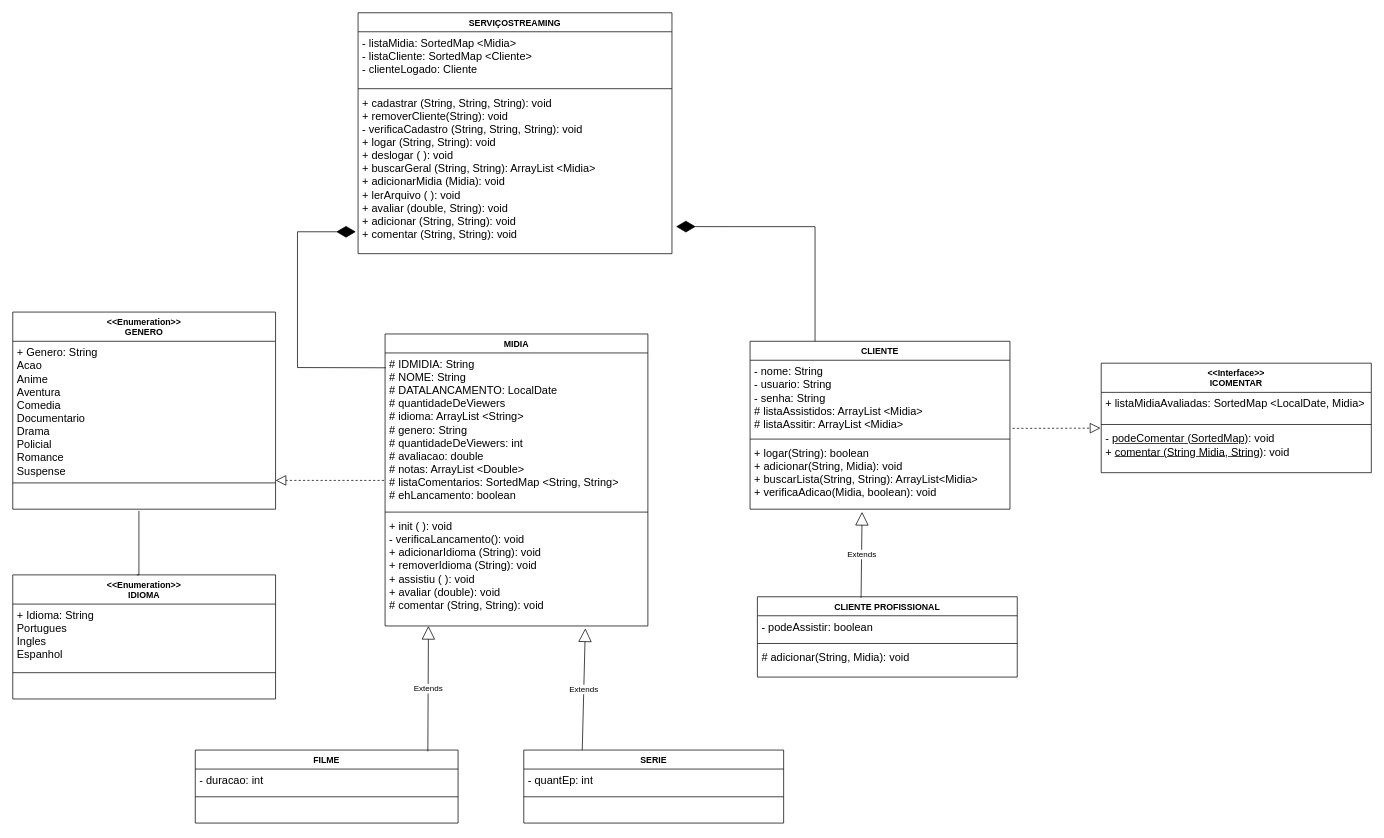
The draw.io diagram docs/diagramas/Diagrama Final.drawio in DisciplinasProgramacao/poo_tp_noite-paj, before the edit. Source tidied: cells renumbered, new cells numbered last; positions are measured from the earlier drawing's top-left corner, leaving out a move shared by most shapes. Both pictures are drawn from the tidied source at 73%, with x=0, y=0 at pixel (12, 12).
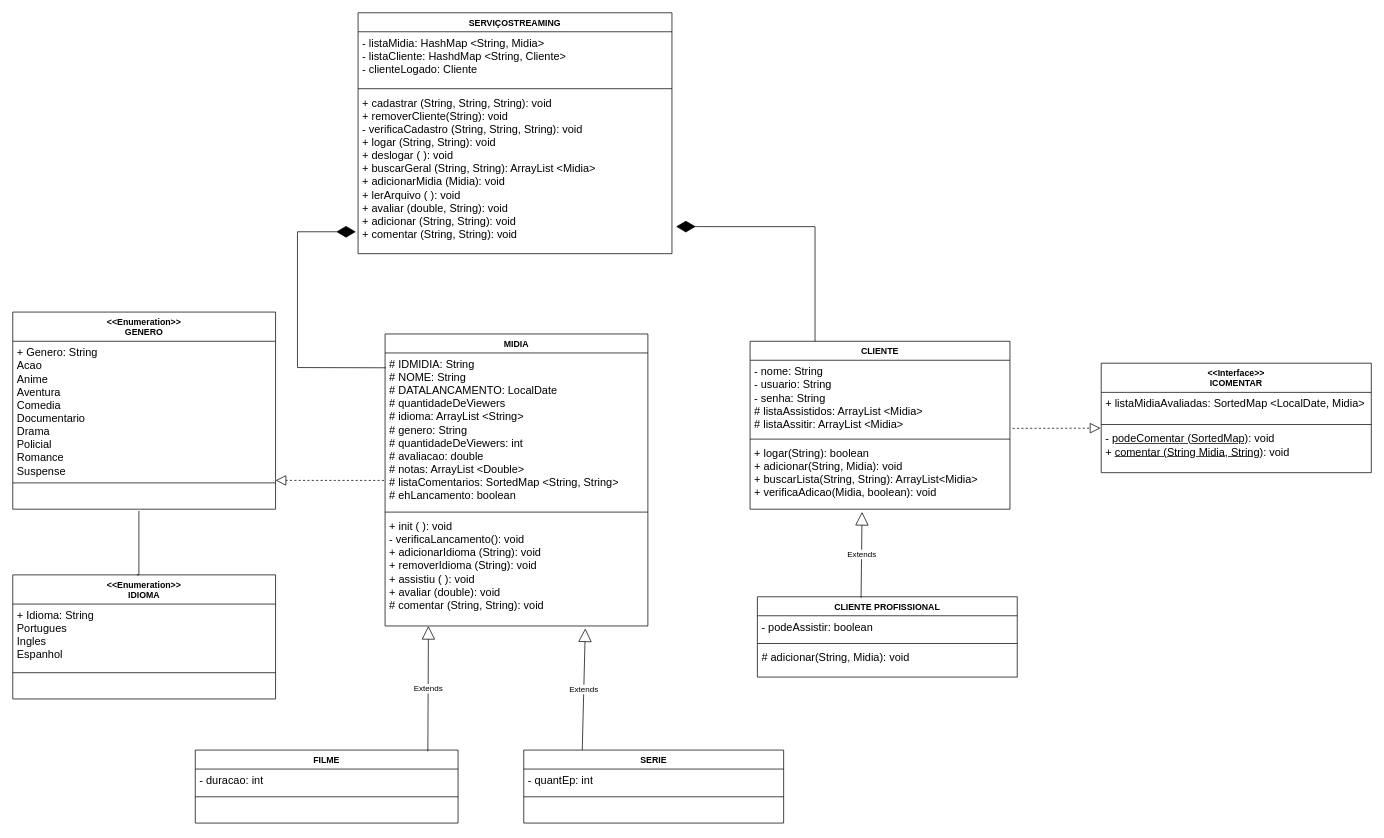
The same page after the edit.

Unchanged cells that the change refers to:
```xml
<mxCell id="10" value="SERVIÇOSTREAMING" style="swimlane;fontStyle=1;align=center;verticalAlign=top;horizontal=1;startSize=26;whiteSpace=wrap;html=1;" parent="1" vertex="1">
  <mxGeometry x="473" width="430" height="330" as="geometry" />
</mxCell>
```

What changed in the source:
```diff
@@
-    <mxCell id="11" value="&lt;font style=&quot;font-size: 15px;&quot;&gt;- listaMidia: SortedMap &amp;lt;Midia&amp;gt;&lt;br&gt;- listaCliente: SortedMap &amp;lt;Cliente&amp;gt;&lt;br&gt;- clienteLogado: Cliente&lt;br&gt;&lt;/font&gt;" style="text;strokeColor=none;fillColor=none;align=left;verticalAlign=top;spacingLeft=4;spacingRight=4;overflow=hidden;whiteSpace=wrap;html=1;" parent="10" vertex="1">
+    <mxCell id="11" value="&lt;font style=&quot;font-size: 15px;&quot;&gt;- listaMidia: HashMap &amp;lt;String, Midia&amp;gt;&lt;br&gt;- listaCliente: HashdMap &amp;lt;String, Cliente&amp;gt;&lt;br&gt;- clienteLogado: Cliente&lt;br&gt;&lt;/font&gt;" style="text;strokeColor=none;fillColor=none;align=left;verticalAlign=top;spacingLeft=4;spacingRight=4;overflow=hidden;whiteSpace=wrap;html=1;" parent="10" vertex="1">
       <mxGeometry y="26" width="430" height="74" as="geometry" />
     </mxCell>
```
